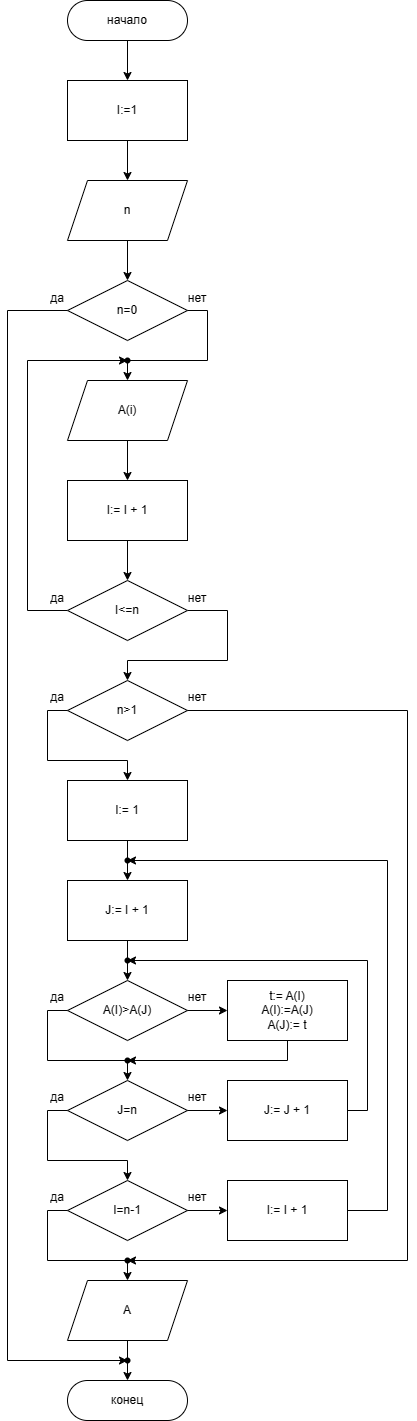
Earlier version of the draw.io export l2t1.png (H33MP/rsue). Source tidied: cells renumbered, new cells last; positions are measured from the earlier drawing's top-left corner, leaving out a move shared by most shapes.
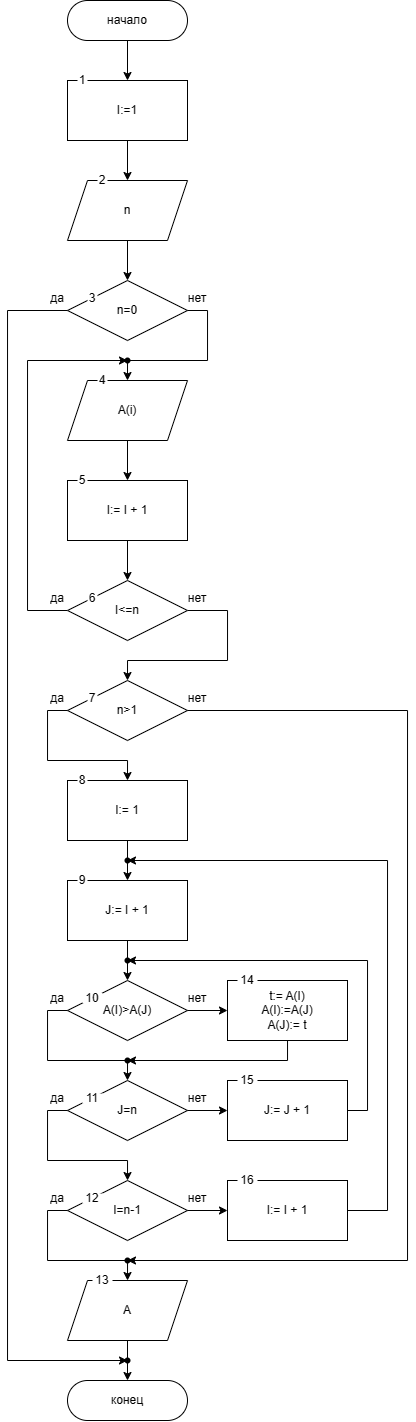
Above is the later version.

Diff of the diagram source:
```diff
@@ -63,6 +63,9 @@
     <mxCell id="17" value="нет" style="text;html=1;strokeColor=none;fillColor=none;align=center;verticalAlign=middle;whiteSpace=wrap;rounded=0;" parent="14" vertex="1">
       <mxGeometry x="140" y="10" width="20" height="15" as="geometry" />
     </mxCell>
+    <mxCell id="67" value="6" style="text;html=1;strokeColor=none;fillColor=default;align=center;verticalAlign=middle;whiteSpace=wrap;rounded=0;" parent="14" vertex="1">
+      <mxGeometry x="40" y="13" width="10" height="10" as="geometry" />
+    </mxCell>
     <mxCell id="18" style="edgeStyle=orthogonalEdgeStyle;rounded=0;jettySize=auto;html=1;" parent="1" edge="1" source="19" target="25">
       <mxGeometry relative="1" as="geometry" />
     </mxCell>
@@ -81,6 +84,9 @@
     <mxCell id="23" value="нет" style="text;html=1;strokeColor=none;fillColor=none;align=center;verticalAlign=middle;whiteSpace=wrap;rounded=0;" parent="20" vertex="1">
       <mxGeometry x="140" y="10" width="20" height="15" as="geometry" />
     </mxCell>
+    <mxCell id="68" value="10" style="text;html=1;strokeColor=none;fillColor=default;align=center;verticalAlign=middle;whiteSpace=wrap;rounded=0;" parent="20" vertex="1">
+      <mxGeometry x="35" y="12.5" width="20" height="10" as="geometry" />
+    </mxCell>
     <mxCell id="24" style="edgeStyle=orthogonalEdgeStyle;rounded=0;jettySize=auto;html=1;" parent="1" edge="1" source="25" target="21">
       <mxGeometry relative="1" as="geometry" />
     </mxCell>
@@ -105,6 +111,9 @@
     <mxCell id="31" value="нет" style="text;html=1;strokeColor=none;fillColor=none;align=center;verticalAlign=middle;whiteSpace=wrap;rounded=0;" parent="28" vertex="1">
       <mxGeometry x="140" y="10" width="20" height="15" as="geometry" />
     </mxCell>
+    <mxCell id="69" value="11" style="text;html=1;strokeColor=none;fillColor=default;align=center;verticalAlign=middle;whiteSpace=wrap;rounded=0;" parent="28" vertex="1">
+      <mxGeometry x="35" y="13" width="20" height="10" as="geometry" />
+    </mxCell>
     <mxCell id="32" style="edgeStyle=orthogonalEdgeStyle;rounded=0;jettySize=auto;html=1;entryX=0.5;entryY=0;entryDx=0;entryDy=0;" parent="1" edge="1" source="21" target="29">
       <mxGeometry relative="1" as="geometry">
         <Array as="points">
@@ -167,6 +176,9 @@
     <mxCell id="45" value="нет" style="text;html=1;strokeColor=none;fillColor=none;align=center;verticalAlign=middle;whiteSpace=wrap;rounded=0;" parent="42" vertex="1">
       <mxGeometry x="140" y="10" width="20" height="15" as="geometry" />
     </mxCell>
+    <mxCell id="70" value="12" style="text;html=1;strokeColor=none;fillColor=default;align=center;verticalAlign=middle;whiteSpace=wrap;rounded=0;" parent="42" vertex="1">
+      <mxGeometry x="35" y="13" width="20" height="10" as="geometry" />
+    </mxCell>
     <mxCell id="46" style="edgeStyle=orthogonalEdgeStyle;rounded=0;jettySize=auto;html=1;" parent="1" edge="1" source="29" target="43">
       <mxGeometry relative="1" as="geometry">
         <Array as="points">
@@ -206,6 +218,9 @@
     <mxCell id="54" value="нет" style="text;html=1;strokeColor=none;fillColor=none;align=center;verticalAlign=middle;whiteSpace=wrap;rounded=0;" parent="51" vertex="1">
       <mxGeometry x="140" y="10" width="20" height="15" as="geometry" />
     </mxCell>
+    <mxCell id="71" value="7" style="text;html=1;strokeColor=none;fillColor=default;align=center;verticalAlign=middle;whiteSpace=wrap;rounded=0;" parent="51" vertex="1">
+      <mxGeometry x="40" y="13" width="10" height="10" as="geometry" />
+    </mxCell>
     <mxCell id="55" style="edgeStyle=orthogonalEdgeStyle;rounded=0;jettySize=auto;html=1;entryX=0.5;entryY=0;entryDx=0;entryDy=0;" parent="1" edge="1" source="52" target="19">
       <mxGeometry relative="1" as="geometry">
         <Array as="points">
@@ -241,6 +256,9 @@
     <mxCell id="62" value="нет" style="text;html=1;strokeColor=none;fillColor=none;align=center;verticalAlign=middle;whiteSpace=wrap;rounded=0;" parent="59" vertex="1">
       <mxGeometry x="140" y="10" width="20" height="15" as="geometry" />
     </mxCell>
+    <mxCell id="72" value="3" style="text;html=1;strokeColor=none;fillColor=default;align=center;verticalAlign=middle;whiteSpace=wrap;rounded=0;" parent="59" vertex="1">
+      <mxGeometry x="40" y="13" width="10" height="10" as="geometry" />
+    </mxCell>
     <mxCell id="63" style="edgeStyle=orthogonalEdgeStyle;rounded=0;jettySize=auto;html=1;entryX=0.5;entryY=0;entryDx=0;entryDy=0;" parent="1" edge="1" source="60" target="9">
       <mxGeometry relative="1" as="geometry">
         <Array as="points">
@@ -264,5 +282,35 @@
     <mxCell id="66" style="shape=waypoint;sketch=0;size=6;points=[];fillColor=default;perimeter=centerPerimeter;snapToPoint=1;" parent="1" vertex="1">
       <mxGeometry x="110" y="1350" width="20" height="20" as="geometry" />
     </mxCell>
+    <mxCell id="73" value="1" style="text;html=1;strokeColor=none;fillColor=default;align=center;verticalAlign=middle;whiteSpace=wrap;rounded=0;" parent="1" vertex="1">
+      <mxGeometry x="70" y="75" width="10" height="10" as="geometry" />
+    </mxCell>
+    <mxCell id="74" value="2" style="text;html=1;strokeColor=none;fillColor=default;align=center;verticalAlign=middle;whiteSpace=wrap;rounded=0;" parent="1" vertex="1">
+      <mxGeometry x="90" y="175" width="10" height="10" as="geometry" />
+    </mxCell>
+    <mxCell id="75" value="4" style="text;html=1;strokeColor=none;fillColor=default;align=center;verticalAlign=middle;whiteSpace=wrap;rounded=0;" parent="1" vertex="1">
+      <mxGeometry x="90" y="375" width="10" height="10" as="geometry" />
+    </mxCell>
+    <mxCell id="76" value="5" style="text;html=1;strokeColor=none;fillColor=default;align=center;verticalAlign=middle;whiteSpace=wrap;rounded=0;" parent="1" vertex="1">
+      <mxGeometry x="70" y="475" width="10" height="10" as="geometry" />
+    </mxCell>
+    <mxCell id="77" value="8" style="text;html=1;strokeColor=none;fillColor=default;align=center;verticalAlign=middle;whiteSpace=wrap;rounded=0;" parent="1" vertex="1">
+      <mxGeometry x="70" y="775" width="10" height="10" as="geometry" />
+    </mxCell>
+    <mxCell id="78" value="9" style="text;html=1;strokeColor=none;fillColor=default;align=center;verticalAlign=middle;whiteSpace=wrap;rounded=0;" parent="1" vertex="1">
+      <mxGeometry x="70" y="875" width="10" height="10" as="geometry" />
+    </mxCell>
+    <mxCell id="79" value="13" style="text;html=1;strokeColor=none;fillColor=default;align=center;verticalAlign=middle;whiteSpace=wrap;rounded=0;" parent="1" vertex="1">
+      <mxGeometry x="85" y="1275" width="20" height="10" as="geometry" />
+    </mxCell>
+    <mxCell id="80" value="14" style="text;html=1;strokeColor=none;fillColor=default;align=center;verticalAlign=middle;whiteSpace=wrap;rounded=0;" parent="1" vertex="1">
+      <mxGeometry x="230" y="975" width="20" height="10" as="geometry" />
+    </mxCell>
+    <mxCell id="81" value="15" style="text;html=1;strokeColor=none;fillColor=default;align=center;verticalAlign=middle;whiteSpace=wrap;rounded=0;" parent="1" vertex="1">
+      <mxGeometry x="230" y="1075" width="20" height="10" as="geometry" />
+    </mxCell>
+    <mxCell id="82" value="16" style="text;html=1;strokeColor=none;fillColor=default;align=center;verticalAlign=middle;whiteSpace=wrap;rounded=0;" parent="1" vertex="1">
+      <mxGeometry x="230" y="1175" width="20" height="10" as="geometry" />
+    </mxCell>
   </root>
 </mxGraphModel>
```
